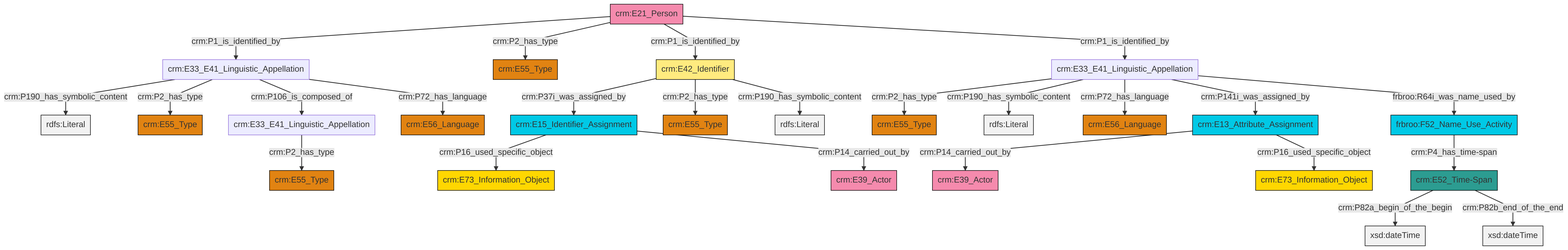
Earlier version of the Mermaid export et/personCSV/ttl/mmd/png/Person_Names_and_Classification.png (swiss-art-research-net/reference-data-models). Its source is kept beside it as et/personCSV/ttl/mmd/Person_Names_and_Classification.ttl.mmd.
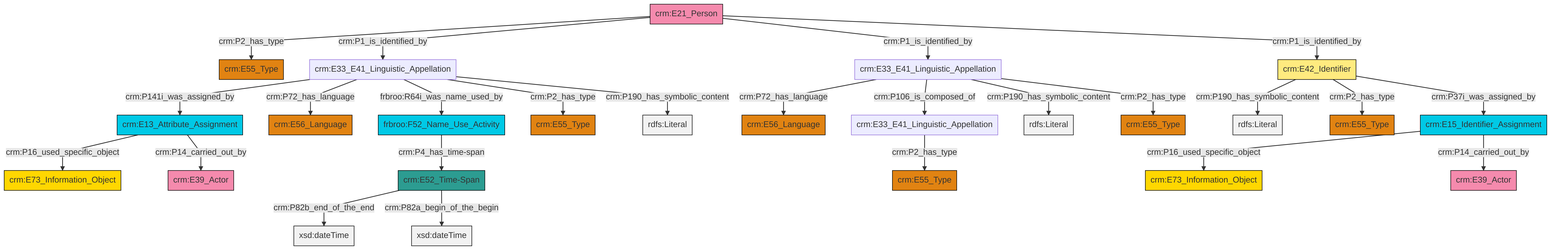
The same file after the commit.

Change to the diagram source:
```diff
@@ -13,27 +13,27 @@
 classDef PC_Classes fill:#4ce600, stroke:#000000;
 classDef Multi fill:#cccccc,stroke:#000000;
 
-2["crm:E15_Identifier_Assignment"]:::Temporal_Entity -->|crm:P16_used_specific_object| 3["crm:E73_Information_Object"]:::Conceptual_Object
-6["crm:E33_E41_Linguistic_Appellation"]:::Default -->|crm:P2_has_type| 7["crm:E55_Type"]:::Type
-8["crm:E33_E41_Linguistic_Appellation"]:::Default -->|crm:P2_has_type| 9["crm:E55_Type"]:::Type
-10["crm:E42_Identifier"]:::Appellation -->|crm:P37i_was_assigned_by| 2["crm:E15_Identifier_Assignment"]:::Temporal_Entity
-19["crm:E21_Person"]:::Actor -->|crm:P1_is_identified_by| 20["crm:E33_E41_Linguistic_Appellation"]:::Default
-20["crm:E33_E41_Linguistic_Appellation"]:::Default -->|crm:P190_has_symbolic_content| 21[rdfs:Literal]:::Literal
-10["crm:E42_Identifier"]:::Appellation -->|crm:P2_has_type| 11["crm:E55_Type"]:::Type
-17["crm:E13_Attribute_Assignment"]:::Temporal_Entity -->|crm:P14_carried_out_by| 23["crm:E39_Actor"]:::Actor
-10["crm:E42_Identifier"]:::Appellation -->|crm:P190_has_symbolic_content| 25[rdfs:Literal]:::Literal
-19["crm:E21_Person"]:::Actor -->|crm:P2_has_type| 4["crm:E55_Type"]:::Type
-6["crm:E33_E41_Linguistic_Appellation"]:::Default -->|crm:P190_has_symbolic_content| 29[rdfs:Literal]:::Literal
-6["crm:E33_E41_Linguistic_Appellation"]:::Default -->|crm:P72_has_language| 15["crm:E56_Language"]:::Type
-33["crm:E52_Time-Span"]:::Time-Span -->|crm:P82a_begin_of_the_begin| 34[xsd:dateTime]:::Literal
-19["crm:E21_Person"]:::Actor -->|crm:P1_is_identified_by| 10["crm:E42_Identifier"]:::Appellation
-6["crm:E33_E41_Linguistic_Appellation"]:::Default -->|crm:P141i_was_assigned_by| 17["crm:E13_Attribute_Assignment"]:::Temporal_Entity
-36["frbroo:F52_Name_Use_Activity"]:::Temporal_Entity -->|crm:P4_has_time-span| 33["crm:E52_Time-Span"]:::Time-Span
-6["crm:E33_E41_Linguistic_Appellation"]:::Default -->|frbroo:R64i_was_name_used_by| 36["frbroo:F52_Name_Use_Activity"]:::Temporal_Entity
-33["crm:E52_Time-Span"]:::Time-Span -->|crm:P82b_end_of_the_end| 38[xsd:dateTime]:::Literal
-20["crm:E33_E41_Linguistic_Appellation"]:::Default -->|crm:P2_has_type| 13["crm:E55_Type"]:::Type
-20["crm:E33_E41_Linguistic_Appellation"]:::Default -->|crm:P106_is_composed_of| 8["crm:E33_E41_Linguistic_Appellation"]:::Default
-19["crm:E21_Person"]:::Actor -->|crm:P1_is_identified_by| 6["crm:E33_E41_Linguistic_Appellation"]:::Default
-17["crm:E13_Attribute_Assignment"]:::Temporal_Entity -->|crm:P16_used_specific_object| 43["crm:E73_Information_Object"]:::Conceptual_Object
-20["crm:E33_E41_Linguistic_Appellation"]:::Default -->|crm:P72_has_language| 30["crm:E56_Language"]:::Type
-2["crm:E15_Identifier_Assignment"]:::Temporal_Entity -->|crm:P14_carried_out_by| 0["crm:E39_Actor"]:::Actor
+2["crm:E21_Person"]:::Actor -->|crm:P2_has_type| 3["crm:E55_Type"]:::Type
+4["crm:E33_E41_Linguistic_Appellation"]:::Default -->|crm:P141i_was_assigned_by| 5["crm:E13_Attribute_Assignment"]:::Temporal_Entity
+5["crm:E13_Attribute_Assignment"]:::Temporal_Entity -->|crm:P16_used_specific_object| 6["crm:E73_Information_Object"]:::Conceptual_Object
+13["crm:E33_E41_Linguistic_Appellation"]:::Default -->|crm:P72_has_language| 14["crm:E56_Language"]:::Type
+15["crm:E52_Time-Span"]:::Time-Span -->|crm:P82b_end_of_the_end| 16[xsd:dateTime]:::Literal
+19["crm:E15_Identifier_Assignment"]:::Temporal_Entity -->|crm:P16_used_specific_object| 0["crm:E73_Information_Object"]:::Conceptual_Object
+20["crm:E42_Identifier"]:::Appellation -->|crm:P190_has_symbolic_content| 21[rdfs:Literal]:::Literal
+20["crm:E42_Identifier"]:::Appellation -->|crm:P2_has_type| 22["crm:E55_Type"]:::Type
+15["crm:E52_Time-Span"]:::Time-Span -->|crm:P82a_begin_of_the_begin| 26[xsd:dateTime]:::Literal
+20["crm:E42_Identifier"]:::Appellation -->|crm:P37i_was_assigned_by| 19["crm:E15_Identifier_Assignment"]:::Temporal_Entity
+4["crm:E33_E41_Linguistic_Appellation"]:::Default -->|crm:P72_has_language| 9["crm:E56_Language"]:::Type
+28["crm:E33_E41_Linguistic_Appellation"]:::Default -->|crm:P2_has_type| 29["crm:E55_Type"]:::Type
+2["crm:E21_Person"]:::Actor -->|crm:P1_is_identified_by| 4["crm:E33_E41_Linguistic_Appellation"]:::Default
+5["crm:E13_Attribute_Assignment"]:::Temporal_Entity -->|crm:P14_carried_out_by| 11["crm:E39_Actor"]:::Actor
+4["crm:E33_E41_Linguistic_Appellation"]:::Default -->|frbroo:R64i_was_name_used_by| 7["frbroo:F52_Name_Use_Activity"]:::Temporal_Entity
+13["crm:E33_E41_Linguistic_Appellation"]:::Default -->|crm:P106_is_composed_of| 28["crm:E33_E41_Linguistic_Appellation"]:::Default
+2["crm:E21_Person"]:::Actor -->|crm:P1_is_identified_by| 13["crm:E33_E41_Linguistic_Appellation"]:::Default
+7["frbroo:F52_Name_Use_Activity"]:::Temporal_Entity -->|crm:P4_has_time-span| 15["crm:E52_Time-Span"]:::Time-Span
+4["crm:E33_E41_Linguistic_Appellation"]:::Default -->|crm:P2_has_type| 17["crm:E55_Type"]:::Type
+13["crm:E33_E41_Linguistic_Appellation"]:::Default -->|crm:P190_has_symbolic_content| 39[rdfs:Literal]:::Literal
+13["crm:E33_E41_Linguistic_Appellation"]:::Default -->|crm:P2_has_type| 23["crm:E55_Type"]:::Type
+19["crm:E15_Identifier_Assignment"]:::Temporal_Entity -->|crm:P14_carried_out_by| 30["crm:E39_Actor"]:::Actor
+4["crm:E33_E41_Linguistic_Appellation"]:::Default -->|crm:P190_has_symbolic_content| 44[rdfs:Literal]:::Literal
+2["crm:E21_Person"]:::Actor -->|crm:P1_is_identified_by| 20["crm:E42_Identifier"]:::Appellation
```
